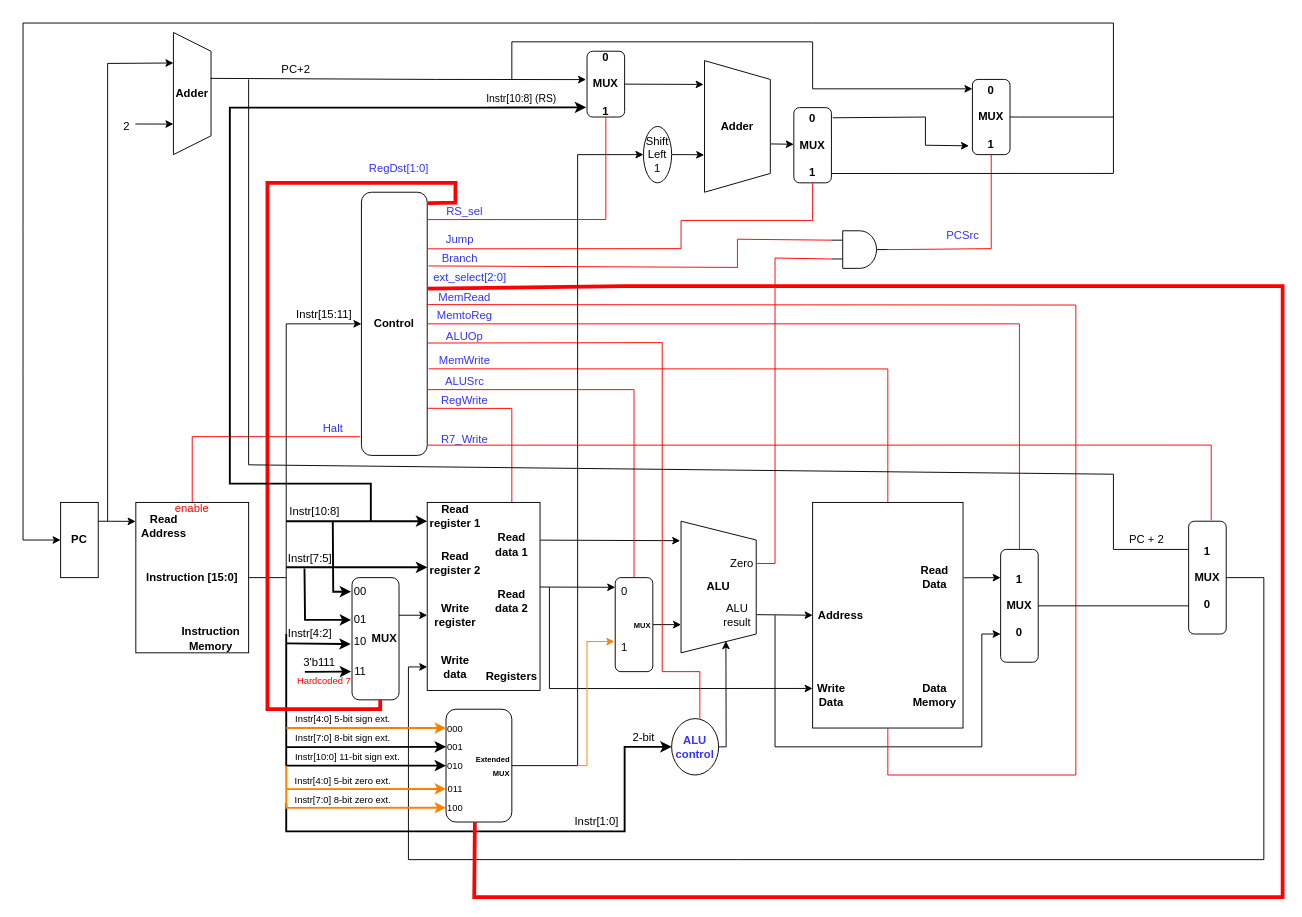
Earlier version of the draw.io diagram WISC-SP22.drawio (joshmeiyb/ECE552). Source tidied: cells renumbered, new cells numbered last; positions are measured from the earlier drawing's top-left corner, leaving out a move shared by most shapes. Both pictures are drawn from the tidied source at 94%, with x=0, y=0 at pixel (23, 23).
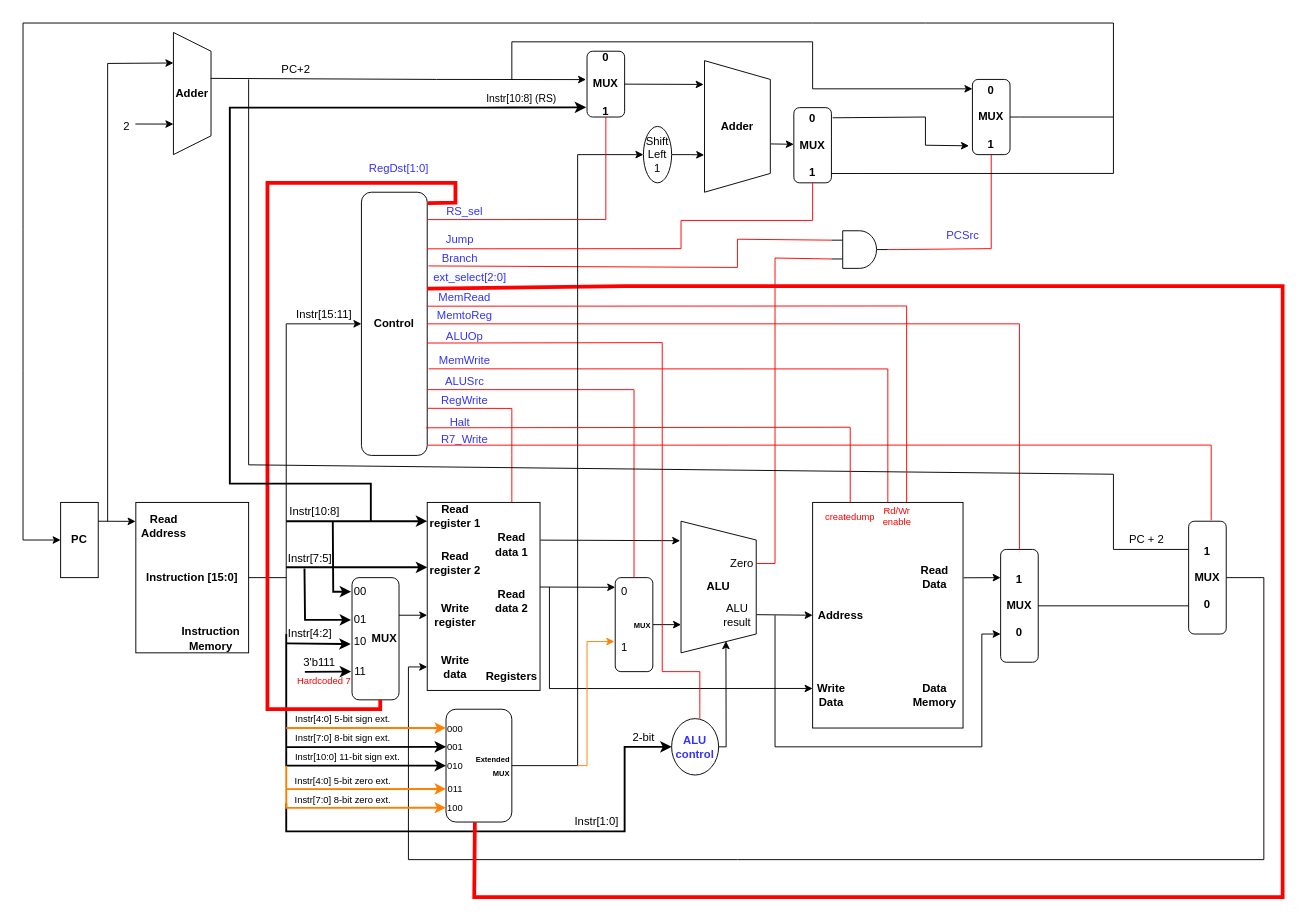
The same page after the edit.

Unchanged cells that the change refers to:
```xml
<mxCell id="3" value="&lt;b&gt;Instruction [15:0]&lt;/b&gt;" style="rounded=0;whiteSpace=wrap;html=1;" parent="1" vertex="1">
  <mxGeometry x="120" y="510" width="120" height="160" as="geometry" />
</mxCell>
<mxCell id="39" style="rounded=0;whiteSpace=wrap;html=1;" parent="1" vertex="1">
  <mxGeometry x="840" y="510" width="160" height="240" as="geometry" />
</mxCell>
<mxCell id="68" value="&lt;b&gt;Control&lt;/b&gt;" style="rounded=1;whiteSpace=wrap;html=1;" parent="1" vertex="1">
  <mxGeometry x="360" y="180" width="70" height="280" as="geometry" />
</mxCell>
```

What changed in the source:
```diff
@@
-    <mxCell id="70" style="endArrow=none;html=1;rounded=0;strokeColor=#FF0000;exitX=0.994;exitY=0.427;exitDx=0;exitDy=0;exitPerimeter=0;entryX=0.5;entryY=1;entryDx=0;entryDy=0;" parent="1" edge="1" source="68" target="39">
-      <mxGeometry relative="1" as="geometry">
-        <Array as="points">
-          <mxPoint x="1120" y="300" />
-          <mxPoint x="1120" y="800" />
-          <mxPoint x="920" y="800" />
-        </Array>
-      </mxGeometry>
-    </mxCell>
@@
     <mxCell id="92" value="&lt;font color=&quot;#3333ff&quot;&gt;Halt&lt;/font&gt;" style="text;html=1;strokeColor=none;fillColor=none;align=center;verticalAlign=middle;whiteSpace=wrap;rounded=0;" parent="1" vertex="1">
-      <mxGeometry x="300" y="417" width="60" height="30" as="geometry" />
+      <mxGeometry x="435" y="410" width="60" height="30" as="geometry" />
     </mxCell>
-    <mxCell id="93" style="endArrow=none;html=1;rounded=0;strokeColor=#FF0000;exitX=-0.02;exitY=0.929;exitDx=0;exitDy=0;exitPerimeter=0;entryX=0.5;entryY=0;entryDx=0;entryDy=0;" parent="1" edge="1" source="68" target="3">
-      <mxGeometry relative="1" as="geometry">
-        <Array as="points">
-          <mxPoint x="180" y="440" />
-        </Array>
-      </mxGeometry>
-    </mxCell>
@@
-    <mxCell id="121" value="enable" style="text;html=1;strokeColor=none;fillColor=none;align=center;verticalAlign=middle;whiteSpace=wrap;rounded=0;fontColor=#FF0000;" parent="1" vertex="1">
-      <mxGeometry x="150" y="502" width="60" height="30" as="geometry" />
-    </mxCell>
@@
+    <mxCell id="136" style="endArrow=none;html=1;rounded=0;fontSize=10;fontColor=#000000;strokeColor=#FF0000;strokeWidth=1;entryX=0.994;entryY=0.433;entryDx=0;entryDy=0;entryPerimeter=0;exitX=0.625;exitY=0;exitDx=0;exitDy=0;exitPerimeter=0;" parent="1" edge="1" source="39" target="68">
+      <mxGeometry relative="1" as="geometry">
+        <Array as="points">
+          <mxPoint x="940" y="301" />
+        </Array>
+      </mxGeometry>
+    </mxCell>
+    <mxCell id="137" value="&lt;font color=&quot;#ff0000&quot;&gt;Rd/Wr enable&lt;/font&gt;" style="text;html=1;strokeColor=none;fillColor=none;align=center;verticalAlign=middle;whiteSpace=wrap;rounded=0;fontSize=10;fontColor=#000000;" parent="1" vertex="1">
+      <mxGeometry x="900" y="510" width="60" height="30" as="geometry" />
+    </mxCell>
+    <mxCell id="138" style="endArrow=none;html=1;rounded=0;fontSize=10;fontColor=#FF0000;strokeColor=#FF0000;strokeWidth=1;entryX=0.984;entryY=0.895;entryDx=0;entryDy=0;entryPerimeter=0;exitX=0.25;exitY=0;exitDx=0;exitDy=0;" parent="1" edge="1" source="39" target="68">
+      <mxGeometry relative="1" as="geometry">
+        <Array as="points">
+          <mxPoint x="880" y="430" />
+        </Array>
+      </mxGeometry>
+    </mxCell>
+    <mxCell id="139" value="createdump" style="text;html=1;strokeColor=none;fillColor=none;align=center;verticalAlign=middle;whiteSpace=wrap;rounded=0;fontSize=10;fontColor=#FF0000;" parent="1" vertex="1">
+      <mxGeometry x="850" y="510" width="60" height="30" as="geometry" />
+    </mxCell>
```
